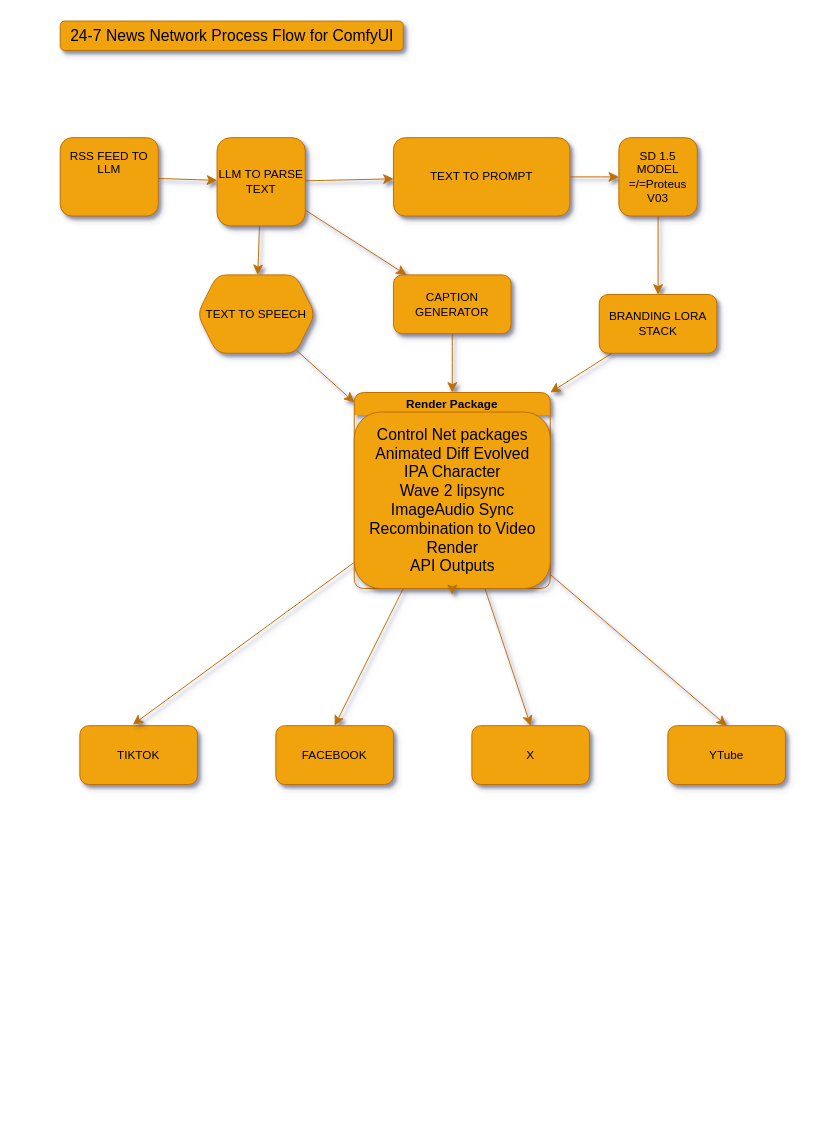
Earlier version of the draw.io diagram Untitled Diagram.drawio (BAIS1C/ComfyUI_RSS_Feed_Reader). Source tidied: cells renumbered, new cells numbered last; positions are measured from the earlier drawing's top-left corner, leaving out a move shared by most shapes. Both pictures are drawn from the tidied source at 98%, with x=0, y=0 at pixel (60, 21).
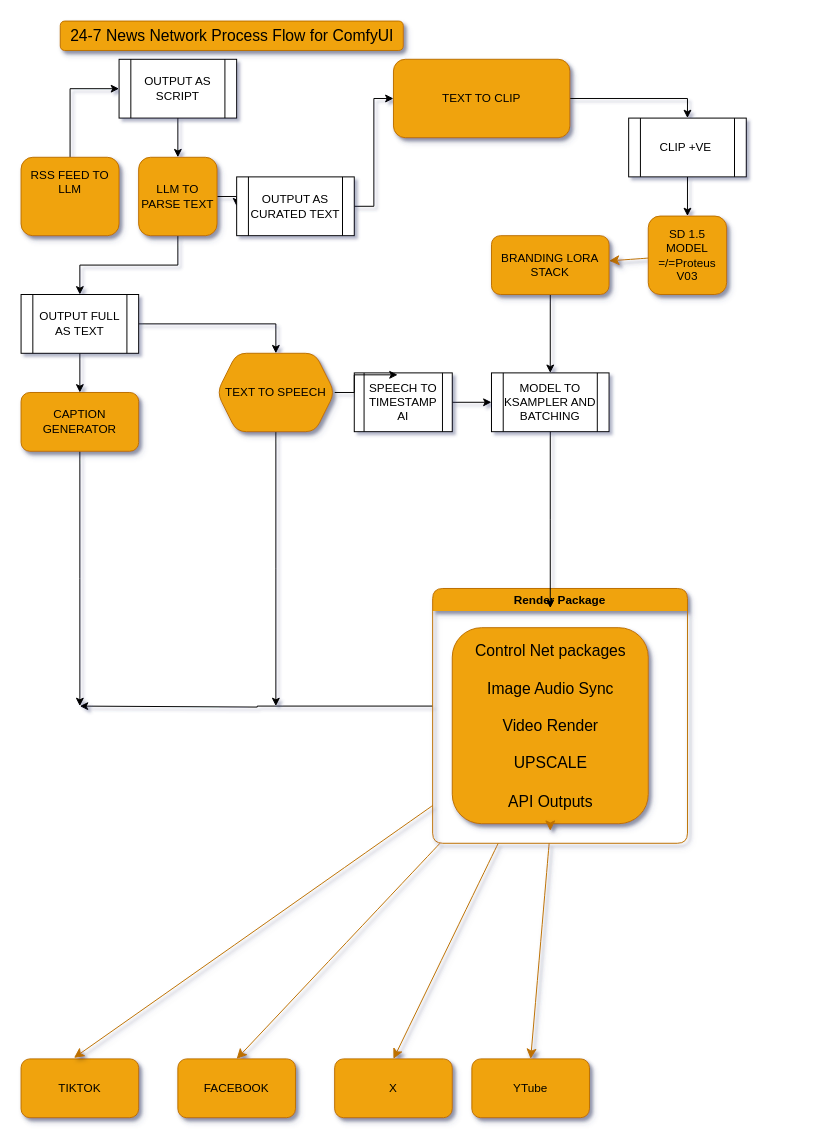
Above is the later version.

Commit message:
24 7 v 2 Audio Slide Sh owFlow

Diff of the diagram source:
```diff
@@
-    <mxCell id="2" style="edgeStyle=none;curved=1;rounded=1;jettySize=auto;html=1;fontSize=12;startSize=8;endSize=8;labelBackgroundColor=none;strokeColor=#BD7000;fontColor=default;swimlaneLine=0;shadow=1;fillColor=#f0a30a;" parent="1" edge="1" source="3" target="7">
-      <mxGeometry relative="1" as="geometry" />
-    </mxCell>
+    <mxCell id="30" style="edgeStyle=orthogonalEdgeStyle;rounded=0;jettySize=auto;html=1;exitX=0.5;exitY=0;exitDx=0;exitDy=0;entryX=0;entryY=0.5;entryDx=0;entryDy=0;" parent="1" edge="1" source="3" target="39">
+      <mxGeometry relative="1" as="geometry" />
+    </mxCell>
     <mxCell id="3" value="RSS FEED TO LLM&lt;div&gt;&lt;br&gt;&lt;div&gt;&lt;div&gt;&lt;br&gt;&lt;/div&gt;&lt;/div&gt;&lt;/div&gt;" style="rounded=1;whiteSpace=wrap;html=1;labelBackgroundColor=none;fillColor=#f0a30a;strokeColor=#BD7000;swimlaneLine=0;shadow=1;fontColor=#000000;" parent="1" vertex="1">
-      <mxGeometry y="119" width="100" height="80" as="geometry" />
+      <mxGeometry x="-40" y="139" width="100" height="80" as="geometry" />
     </mxCell>
-    <mxCell id="4" style="edgeStyle=none;curved=1;rounded=1;jettySize=auto;html=1;fontSize=12;startSize=8;endSize=8;labelBackgroundColor=none;strokeColor=#BD7000;fontColor=default;swimlaneLine=0;shadow=1;fillColor=#f0a30a;" parent="1" edge="1" source="7" target="9">
-      <mxGeometry relative="1" as="geometry" />
-    </mxCell>
-    <mxCell id="5" style="edgeStyle=none;curved=1;rounded=1;jettySize=auto;html=1;fontSize=12;startSize=8;endSize=8;labelBackgroundColor=none;strokeColor=#BD7000;fontColor=default;swimlaneLine=0;shadow=1;fillColor=#f0a30a;" parent="1" edge="1" source="7" target="11">
-      <mxGeometry relative="1" as="geometry" />
-    </mxCell>
-    <mxCell id="6" style="edgeStyle=none;curved=1;rounded=1;jettySize=auto;html=1;fontSize=12;startSize=8;endSize=8;labelBackgroundColor=none;strokeColor=#BD7000;fontColor=default;swimlaneLine=0;shadow=1;fillColor=#f0a30a;" parent="1" edge="1" source="7" target="17">
-      <mxGeometry relative="1" as="geometry" />
-    </mxCell>
+    <mxCell id="31" style="edgeStyle=orthogonalEdgeStyle;rounded=0;jettySize=auto;html=1;entryX=0.5;entryY=0;entryDx=0;entryDy=0;" parent="1" edge="1" source="7" target="42">
+      <mxGeometry relative="1" as="geometry" />
+    </mxCell>
+    <mxCell id="32" style="edgeStyle=orthogonalEdgeStyle;rounded=0;jettySize=auto;html=1;entryX=0;entryY=0.5;entryDx=0;entryDy=0;" parent="1" edge="1" source="7" target="44">
+      <mxGeometry relative="1" as="geometry" />
+    </mxCell>
     <mxCell id="7" value="LLM TO PARSE TEXT" style="whiteSpace=wrap;html=1;labelBackgroundColor=none;fillColor=#f0a30a;strokeColor=#BD7000;rounded=1;swimlaneLine=0;shadow=1;fontColor=#000000;" parent="1" vertex="1">
-      <mxGeometry x="160" y="119" width="90" height="90" as="geometry" />
+      <mxGeometry x="80" y="139" width="80" height="80" as="geometry" />
     </mxCell>
-    <mxCell id="8" style="edgeStyle=none;curved=1;rounded=1;jettySize=auto;html=1;fontSize=12;startSize=8;endSize=8;labelBackgroundColor=none;strokeColor=#BD7000;fontColor=default;swimlaneLine=0;shadow=1;fillColor=#f0a30a;" parent="1" edge="1" source="9" target="21">
-      <mxGeometry relative="1" as="geometry" />
-    </mxCell>
+    <mxCell id="33" style="edgeStyle=orthogonalEdgeStyle;rounded=0;jettySize=auto;html=1;" parent="1" edge="1" source="9">
+      <mxGeometry relative="1" as="geometry">
+        <mxPoint x="220" y="699" as="targetPoint" />
+      </mxGeometry>
+    </mxCell>
     <mxCell id="9" value="TEXT TO SPEECH" style="shape=hexagon;perimeter=hexagonPerimeter2;whiteSpace=wrap;html=1;fixedSize=1;labelBackgroundColor=none;fillColor=#f0a30a;strokeColor=#BD7000;rounded=1;swimlaneLine=0;shadow=1;fontColor=#000000;" parent="1" vertex="1">
-      <mxGeometry x="140" y="259" width="120" height="80" as="geometry" />
+      <mxGeometry x="160" y="339" width="120" height="80" as="geometry" />
     </mxCell>
-    <mxCell id="10" style="edgeStyle=none;curved=1;rounded=1;jettySize=auto;html=1;fontSize=12;startSize=8;endSize=8;labelBackgroundColor=none;strokeColor=#BD7000;fontColor=default;swimlaneLine=0;shadow=1;fillColor=#f0a30a;" parent="1" edge="1" source="11" target="13">
-      <mxGeometry relative="1" as="geometry" />
-    </mxCell>
+    <mxCell id="34" style="edgeStyle=orthogonalEdgeStyle;rounded=0;jettySize=auto;html=1;entryX=0.5;entryY=0;entryDx=0;entryDy=0;" parent="1" edge="1" source="11" target="46">
+      <mxGeometry relative="1" as="geometry" />
+    </mxCell>
-    <mxCell id="11" value="TEXT TO PROMPT" style="rounded=1;whiteSpace=wrap;html=1;labelBackgroundColor=none;fillColor=#f0a30a;strokeColor=#BD7000;swimlaneLine=0;shadow=1;fontColor=#000000;" parent="1" vertex="1">
-      <mxGeometry x="340" y="119" width="180" height="80" as="geometry" />
+    <mxCell id="11" value="TEXT TO CLIP" style="rounded=1;whiteSpace=wrap;html=1;labelBackgroundColor=none;fillColor=#f0a30a;strokeColor=#BD7000;swimlaneLine=0;shadow=1;fontColor=#000000;" parent="1" vertex="1">
+      <mxGeometry x="340" y="39" width="180" height="80" as="geometry" />
     </mxCell>
@@
     <mxCell id="13" value="SD 1.5 MODEL&lt;div&gt;=/=Proteus V03&lt;/div&gt;" style="whiteSpace=wrap;html=1;labelBackgroundColor=none;fillColor=#f0a30a;strokeColor=#BD7000;rounded=1;swimlaneLine=0;shadow=1;fontColor=#000000;" parent="1" vertex="1">
-      <mxGeometry x="570" y="119" width="80" height="80" as="geometry" />
+      <mxGeometry x="600" y="199" width="80" height="80" as="geometry" />
     </mxCell>
-    <mxCell id="14" style="edgeStyle=none;curved=1;rounded=1;jettySize=auto;html=1;fontSize=12;startSize=8;endSize=8;entryX=1;entryY=0;entryDx=0;entryDy=0;labelBackgroundColor=none;strokeColor=#BD7000;fontColor=default;swimlaneLine=0;shadow=1;fillColor=#f0a30a;" parent="1" edge="1" source="15" target="21">
-      <mxGeometry relative="1" as="geometry" />
-    </mxCell>
+    <mxCell id="35" style="edgeStyle=orthogonalEdgeStyle;rounded=0;jettySize=auto;html=1;" parent="1" edge="1" source="15" target="48">
+      <mxGeometry relative="1" as="geometry" />
+    </mxCell>
     <mxCell id="15" value="BRANDING LORA STACK" style="rounded=1;whiteSpace=wrap;html=1;labelBackgroundColor=none;fillColor=#f0a30a;strokeColor=#BD7000;swimlaneLine=0;shadow=1;fontColor=#000000;" parent="1" vertex="1">
-      <mxGeometry x="550" y="279" width="120" height="60" as="geometry" />
+      <mxGeometry x="440" y="219" width="120" height="60" as="geometry" />
     </mxCell>
-    <mxCell id="16" style="edgeStyle=none;curved=1;rounded=1;jettySize=auto;html=1;fontSize=12;startSize=8;endSize=8;entryX=0.5;entryY=0;entryDx=0;entryDy=0;labelBackgroundColor=none;strokeColor=#BD7000;fontColor=default;swimlaneLine=0;shadow=1;fillColor=#f0a30a;" parent="1" edge="1" source="17" target="21">
-      <mxGeometry relative="1" as="geometry" />
-    </mxCell>
+    <mxCell id="36" style="edgeStyle=orthogonalEdgeStyle;rounded=0;jettySize=auto;html=1;" parent="1" edge="1" source="17">
+      <mxGeometry relative="1" as="geometry">
+        <mxPoint x="20" y="699" as="targetPoint" />
+      </mxGeometry>
+    </mxCell>
     <mxCell id="17" value="CAPTION GENERATOR" style="rounded=1;whiteSpace=wrap;html=1;labelBackgroundColor=none;fillColor=#f0a30a;strokeColor=#BD7000;swimlaneLine=0;shadow=1;fontColor=#000000;" parent="1" vertex="1">
-      <mxGeometry x="340" y="259" width="120" height="60" as="geometry" />
+      <mxGeometry x="-40" y="379" width="120" height="60" as="geometry" />
     </mxCell>
@@
+    <mxCell id="37" style="edgeStyle=orthogonalEdgeStyle;rounded=0;jettySize=auto;html=1;" parent="1" edge="1" source="21">
+      <mxGeometry relative="1" as="geometry">
+        <mxPoint x="20" y="699" as="targetPoint" />
+        <Array as="points">
+          <mxPoint x="201" y="699" />
+          <mxPoint x="201" y="700" />
+        </Array>
+      </mxGeometry>
+    </mxCell>
     <mxCell id="21" value="Render Package" style="swimlane;whiteSpace=wrap;html=1;labelBackgroundColor=none;fillColor=#f0a30a;strokeColor=#BD7000;rounded=1;swimlaneLine=0;shadow=1;fontColor=#000000;" parent="1" vertex="1">
-      <mxGeometry x="300" y="379" width="200" height="200" as="geometry" />
+      <mxGeometry x="380" y="579" width="260" height="260" as="geometry" />
     </mxCell>
-    <mxCell id="22" value="Control Net packages&lt;div&gt;&lt;span style=&quot;background-color: initial;&quot;&gt;Animated Diff Evolved&lt;/span&gt;&lt;/div&gt;&lt;div&gt;&lt;span style=&quot;background-color: initial;&quot;&gt;IPA Character&lt;/span&gt;&lt;/div&gt;&lt;div&gt;&lt;span style=&quot;background-color: initial;&quot;&gt;Wave 2 lipsync&lt;br&gt;ImageAudio Sync&lt;/span&gt;&lt;/div&gt;&lt;div&gt;&lt;span style=&quot;background-color: initial;&quot;&gt;Recombination to Video&lt;/span&gt;&lt;div&gt;Render&lt;br&gt;API Outputs&lt;/div&gt;&lt;/div&gt;" style="text;html=1;align=center;verticalAlign=middle;points=[];strokeColor=#BD7000;fillColor=#f0a30a;fontSize=16;labelBackgroundColor=none;rounded=1;swimlaneLine=0;shadow=1;fontColor=#000000;" parent="21" vertex="1">
-      <mxGeometry y="20" width="200" height="180" as="geometry" />
+    <mxCell id="22" value="Control Net packages&lt;div&gt;&lt;br&gt;&lt;/div&gt;&lt;div&gt;&lt;span style=&quot;background-color: initial;&quot;&gt;Image Audio Sync&lt;/span&gt;&lt;/div&gt;&lt;div&gt;&lt;span style=&quot;background-color: initial;&quot;&gt;&lt;br&gt;&lt;/span&gt;&lt;/div&gt;&lt;div&gt;&lt;span style=&quot;background-color: initial;&quot;&gt;Video&amp;nbsp;&lt;/span&gt;&lt;span style=&quot;background-color: initial;&quot;&gt;Render&lt;/span&gt;&lt;/div&gt;&lt;div&gt;&lt;div&gt;&lt;br&gt;&lt;/div&gt;&lt;div&gt;UPSCALE&lt;/div&gt;&lt;div&gt;&lt;br&gt;&lt;/div&gt;&lt;div&gt;API Outputs&lt;/div&gt;&lt;/div&gt;" style="text;html=1;align=center;verticalAlign=middle;points=[];strokeColor=#BD7000;fillColor=#f0a30a;fontSize=16;labelBackgroundColor=none;rounded=1;swimlaneLine=0;shadow=1;fontColor=#000000;" parent="21" vertex="1">
+      <mxGeometry x="20" y="40" width="200" height="200" as="geometry" />
     </mxCell>
@@
     <mxCell id="24" value="TIKTOK" style="rounded=1;whiteSpace=wrap;html=1;labelBackgroundColor=none;fillColor=#f0a30a;strokeColor=#BD7000;swimlaneLine=0;shadow=1;fontColor=#000000;" parent="1" vertex="1">
-      <mxGeometry x="20" y="719" width="120" height="60" as="geometry" />
+      <mxGeometry x="-40" y="1059" width="120" height="60" as="geometry" />
     </mxCell>
     <mxCell id="25" value="FACEBOOK" style="rounded=1;whiteSpace=wrap;html=1;labelBackgroundColor=none;fillColor=#f0a30a;strokeColor=#BD7000;swimlaneLine=0;shadow=1;fontColor=#000000;" parent="1" vertex="1">
-      <mxGeometry x="220" y="719" width="120" height="60" as="geometry" />
+      <mxGeometry x="120" y="1059" width="120" height="60" as="geometry" />
     </mxCell>
     <mxCell id="26" value="X" style="rounded=1;whiteSpace=wrap;html=1;labelBackgroundColor=none;fillColor=#f0a30a;strokeColor=#BD7000;swimlaneLine=0;shadow=1;fontColor=#000000;" parent="1" vertex="1">
-      <mxGeometry x="420" y="719" width="120" height="60" as="geometry" />
+      <mxGeometry x="280" y="1059" width="120" height="60" as="geometry" />
     </mxCell>
     <mxCell id="27" value="YTube" style="rounded=1;whiteSpace=wrap;html=1;labelBackgroundColor=none;fillColor=#f0a30a;strokeColor=#BD7000;swimlaneLine=0;shadow=1;fontColor=#000000;" parent="1" vertex="1">
-      <mxGeometry x="620" y="719" width="120" height="60" as="geometry" />
+      <mxGeometry x="420" y="1059" width="120" height="60" as="geometry" />
     </mxCell>
@@
+    <mxCell id="38" style="edgeStyle=orthogonalEdgeStyle;rounded=0;jettySize=auto;html=1;entryX=0.5;entryY=0;entryDx=0;entryDy=0;" parent="1" edge="1" source="39" target="7">
+      <mxGeometry relative="1" as="geometry" />
+    </mxCell>
+    <mxCell id="39" value="OUTPUT AS SCRIPT" style="shape=process;whiteSpace=wrap;html=1;backgroundOutline=1;" parent="1" vertex="1">
+      <mxGeometry x="60" y="39" width="120" height="60" as="geometry" />
+    </mxCell>
+    <mxCell id="40" style="edgeStyle=orthogonalEdgeStyle;rounded=0;jettySize=auto;html=1;entryX=0.5;entryY=0;entryDx=0;entryDy=0;" parent="1" edge="1" source="42" target="17">
+      <mxGeometry relative="1" as="geometry" />
+    </mxCell>
+    <mxCell id="41" style="edgeStyle=orthogonalEdgeStyle;rounded=0;jettySize=auto;html=1;entryX=0.5;entryY=0;entryDx=0;entryDy=0;" parent="1" edge="1" source="42" target="9">
+      <mxGeometry relative="1" as="geometry" />
+    </mxCell>
+    <mxCell id="42" value="OUTPUT FULL AS TEXT" style="shape=process;whiteSpace=wrap;html=1;backgroundOutline=1;" parent="1" vertex="1">
+      <mxGeometry x="-40" y="279" width="120" height="60" as="geometry" />
+    </mxCell>
+    <mxCell id="43" style="edgeStyle=orthogonalEdgeStyle;rounded=0;jettySize=auto;html=1;entryX=0;entryY=0.5;entryDx=0;entryDy=0;" parent="1" edge="1" source="44" target="11">
+      <mxGeometry relative="1" as="geometry" />
+    </mxCell>
+    <mxCell id="44" value="OUTPUT AS CURATED TEXT" style="shape=process;whiteSpace=wrap;html=1;backgroundOutline=1;" parent="1" vertex="1">
+      <mxGeometry x="180" y="159" width="120" height="60" as="geometry" />
+    </mxCell>
+    <mxCell id="45" style="edgeStyle=orthogonalEdgeStyle;rounded=0;jettySize=auto;html=1;exitX=0.5;exitY=1;exitDx=0;exitDy=0;entryX=0.5;entryY=0;entryDx=0;entryDy=0;" parent="1" edge="1" source="46" target="13">
+      <mxGeometry relative="1" as="geometry" />
+    </mxCell>
+    <mxCell id="46" value="CLIP +VE&amp;nbsp;" style="shape=process;whiteSpace=wrap;html=1;backgroundOutline=1;" parent="1" vertex="1">
+      <mxGeometry x="580" y="99" width="120" height="60" as="geometry" />
+    </mxCell>
+    <mxCell id="47" style="edgeStyle=orthogonalEdgeStyle;rounded=0;jettySize=auto;html=1;" parent="1" edge="1" source="48">
+      <mxGeometry relative="1" as="geometry">
+        <mxPoint x="500" y="599" as="targetPoint" />
+      </mxGeometry>
+    </mxCell>
+    <mxCell id="48" value="MODEL TO KSAMPLER AND BATCHING" style="shape=process;whiteSpace=wrap;html=1;backgroundOutline=1;" parent="1" vertex="1">
+      <mxGeometry x="440" y="359" width="120" height="60" as="geometry" />
+    </mxCell>
+    <mxCell id="49" style="edgeStyle=orthogonalEdgeStyle;rounded=0;jettySize=auto;html=1;entryX=0;entryY=0.5;entryDx=0;entryDy=0;" parent="1" edge="1" source="50" target="48">
+      <mxGeometry relative="1" as="geometry" />
+    </mxCell>
+    <mxCell id="50" value="SPEECH TO TIMESTAMP AI" style="shape=process;whiteSpace=wrap;html=1;backgroundOutline=1;" parent="1" vertex="1">
+      <mxGeometry x="300" y="359" width="100" height="60" as="geometry" />
+    </mxCell>
+    <mxCell id="51" style="edgeStyle=orthogonalEdgeStyle;rounded=0;jettySize=auto;html=1;entryX=0.442;entryY=0.033;entryDx=0;entryDy=0;entryPerimeter=0;" parent="1" edge="1" source="9" target="50">
+      <mxGeometry relative="1" as="geometry" />
+    </mxCell>
```
